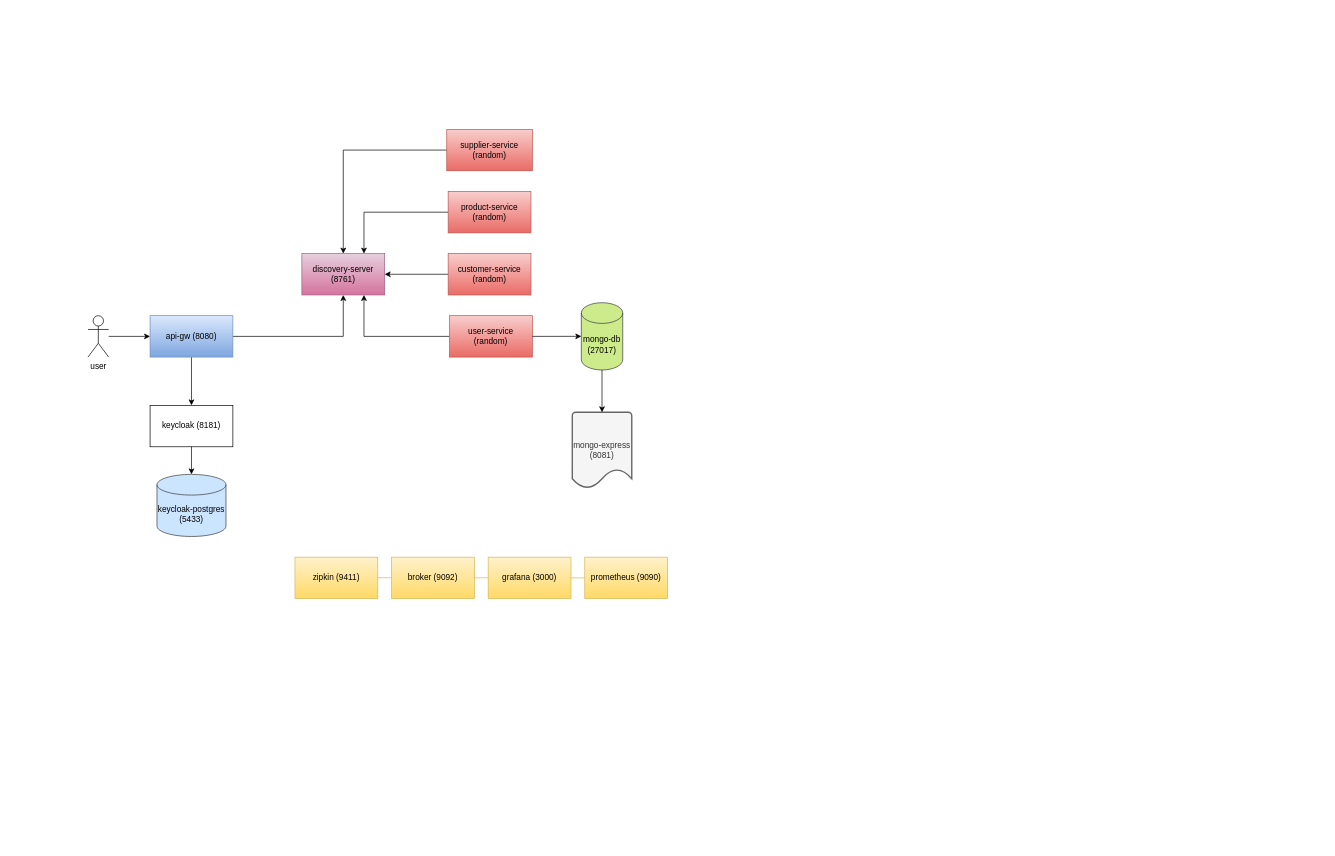
Above: 20m2.drawio in amatiangelo20m2/venti (draw.io), before the change. Source tidied: cells renumbered, new cells numbered last; positions are measured from the earlier drawing's top-left corner, leaving out a move shared by most shapes. Both pictures are drawn from the tidied source at 69%, with x=0, y=0 at pixel (88, 129).
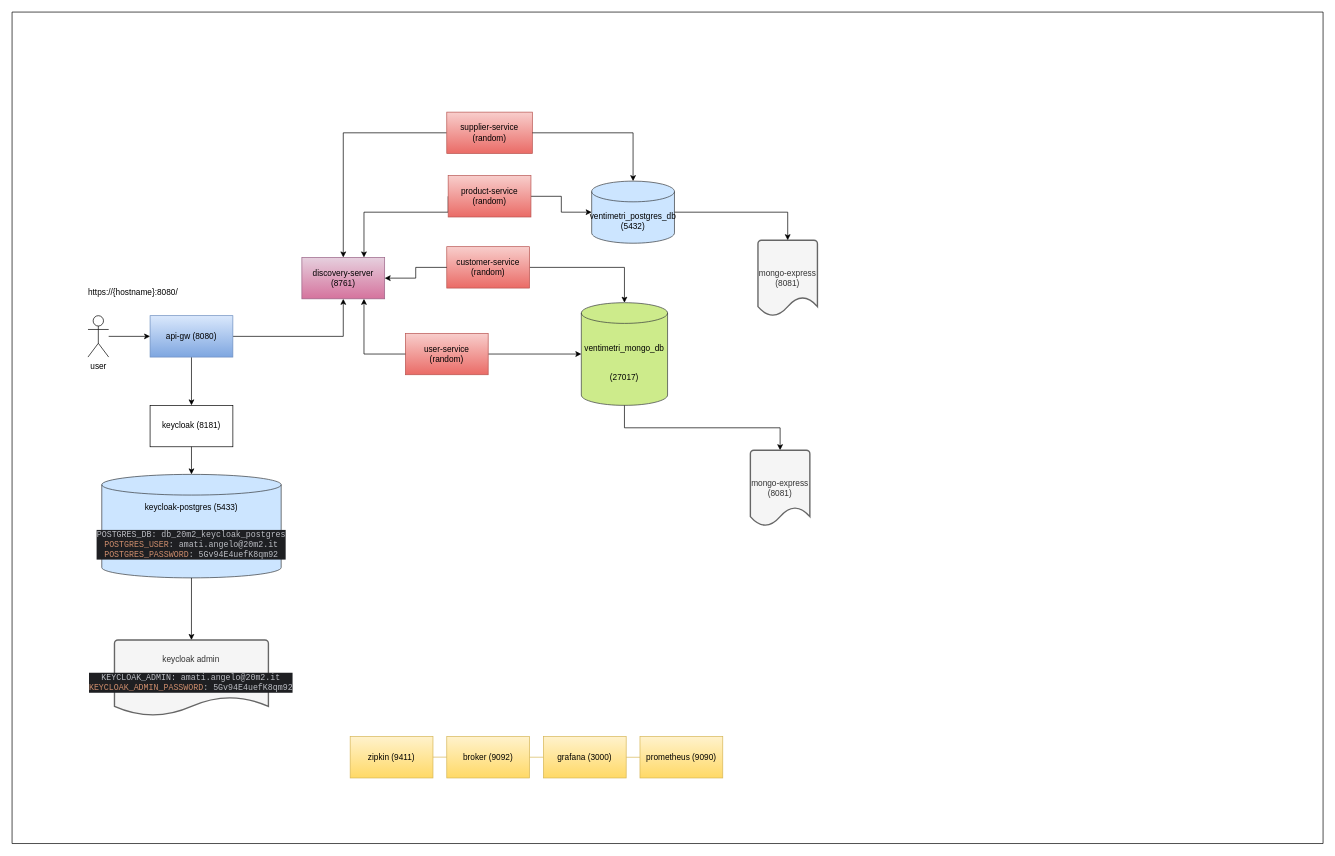
The same page after the edit.

The edit, as a diff of the source:
```diff
@@
-    <mxCell id="7" value="discovery-server (8761)" style="rounded=0;whiteSpace=wrap;html=1;fillColor=#e6d0de;strokeColor=#996185;gradientColor=#d5739d;" parent="1" vertex="1">
-      <mxGeometry x="310" y="180" width="120" height="60" as="geometry" />
-    </mxCell>
-    <mxCell id="8" value="keycloak-postgres (5433)" style="shape=cylinder3;whiteSpace=wrap;html=1;boundedLbl=1;backgroundOutline=1;size=15;fillColor=#cce5ff;strokeColor=#36393d;" parent="1" vertex="1">
-      <mxGeometry x="100" y="500" width="100" height="90" as="geometry" />
+    <mxCell id="8" value="keycloak-postgres (5433)&lt;br&gt;&lt;br&gt;&lt;div style=&quot;background-color:#1e1f22;color:#bcbec4&quot;&gt;&lt;pre style=&quot;font-family:'JetBrains Mono',monospace;font-size:9,8pt;&quot;&gt;POSTGRES_DB: db_20m2_keycloak_postgres&lt;br&gt;&lt;span style=&quot;color:#cf8e6d;&quot;&gt;POSTGRES_USER&lt;/span&gt;: amati.angelo@20m2.it&lt;br&gt;&lt;span style=&quot;color:#cf8e6d;&quot;&gt;POSTGRES_PASSWORD&lt;/span&gt;: 5Gv94E4uefK8qm92&lt;/pre&gt;&lt;/div&gt;" style="shape=cylinder3;whiteSpace=wrap;html=1;boundedLbl=1;backgroundOutline=1;size=15;fillColor=#cce5ff;strokeColor=#36393d;" parent="1" vertex="1">
+      <mxGeometry x="20" y="500" width="260" height="150" as="geometry" />
     </mxCell>
@@
-    <mxCell id="10" style="edgeStyle=orthogonalEdgeStyle;rounded=0;orthogonalLoop=1;jettySize=auto;html=1;exitX=0;exitY=0.5;exitDx=0;exitDy=0;entryX=0;entryY=0.5;entryDx=0;entryDy=0;entryPerimeter=0;fillColor=#f8cecc;strokeColor=#b85450;gradientColor=#ea6b66;" parent="1" edge="1" source="12" target="12">
-      <mxGeometry relative="1" as="geometry" />
-    </mxCell>
-    <mxCell id="11" style="edgeStyle=orthogonalEdgeStyle;rounded=0;jettySize=auto;html=1;exitX=0;exitY=0.5;exitDx=0;exitDy=0;entryX=1;entryY=0.5;entryDx=0;entryDy=0;" parent="1" edge="1" source="12" target="7">
-      <mxGeometry relative="1" as="geometry" />
-    </mxCell>
-    <mxCell id="12" value="customer-service (random)" style="rounded=0;whiteSpace=wrap;html=1;fillColor=#f8cecc;strokeColor=#b85450;gradientColor=#ea6b66;" parent="1" vertex="1">
-      <mxGeometry x="522" y="180" width="120" height="60" as="geometry" />
-    </mxCell>
-    <mxCell id="13" style="edgeStyle=orthogonalEdgeStyle;rounded=0;orthogonalLoop=1;jettySize=auto;html=1;exitX=0;exitY=0.5;exitDx=0;exitDy=0;entryX=0;entryY=0.5;entryDx=0;entryDy=0;entryPerimeter=0;fillColor=#f8cecc;strokeColor=#b85450;gradientColor=#ea6b66;" parent="1" edge="1" source="15" target="15">
-      <mxGeometry relative="1" as="geometry" />
-    </mxCell>
-    <mxCell id="14" style="edgeStyle=orthogonalEdgeStyle;rounded=0;jettySize=auto;html=1;exitX=0;exitY=0.5;exitDx=0;exitDy=0;entryX=0.75;entryY=1;entryDx=0;entryDy=0;" parent="1" edge="1" source="15" target="7">
-      <mxGeometry relative="1" as="geometry" />
-    </mxCell>
-    <mxCell id="15" value="user-service &lt;br&gt;(random)" style="rounded=0;whiteSpace=wrap;html=1;fillColor=#f8cecc;strokeColor=#b85450;gradientColor=#ea6b66;" parent="1" vertex="1">
-      <mxGeometry x="524" y="270" width="120" height="60" as="geometry" />
-    </mxCell>
@@
     <mxCell id="17" style="edgeStyle=orthogonalEdgeStyle;rounded=0;jettySize=auto;html=1;exitX=0;exitY=0.5;exitDx=0;exitDy=0;entryX=0.75;entryY=0;entryDx=0;entryDy=0;" parent="1" edge="1" source="18" target="7">
-      <mxGeometry relative="1" as="geometry" />
+      <mxGeometry relative="1" as="geometry">
+        <Array as="points">
+          <mxPoint x="400" y="120" />
+        </Array>
+      </mxGeometry>
     </mxCell>
+    <mxCell id="38" style="edgeStyle=orthogonalEdgeStyle;rounded=0;jettySize=auto;html=1;exitX=1;exitY=0.5;exitDx=0;exitDy=0;entryX=0;entryY=0.5;entryDx=0;entryDy=0;entryPerimeter=0;" parent="1" edge="1" source="18" target="40">
+      <mxGeometry relative="1" as="geometry" />
+    </mxCell>
     <mxCell id="18" value="product-service (random)" style="rounded=0;whiteSpace=wrap;html=1;fillColor=#f8cecc;strokeColor=#b85450;gradientColor=#ea6b66;" parent="1" vertex="1">
-      <mxGeometry x="522" y="90" width="120" height="60" as="geometry" />
+      <mxGeometry x="522" y="67" width="120" height="60" as="geometry" />
     </mxCell>
@@
     <mxCell id="21" value="supplier-service (random)" style="rounded=0;whiteSpace=wrap;html=1;fillColor=#f8cecc;strokeColor=#b85450;gradientColor=#ea6b66;" parent="1" vertex="1">
-      <mxGeometry x="520" width="124" height="60" as="geometry" />
+      <mxGeometry x="520" y="-25" width="124" height="60" as="geometry" />
     </mxCell>
-    <mxCell id="22" value="mongo-db (27017)" style="shape=cylinder3;whiteSpace=wrap;html=1;boundedLbl=1;backgroundOutline=1;size=15;fillColor=#cdeb8b;strokeColor=#36393d;" parent="1" vertex="1">
-      <mxGeometry x="715" y="251.2" width="60" height="97.5" as="geometry" />
+    <mxCell id="22" value="&lt;div&gt;ventimetri_mongo_db&lt;/div&gt;&lt;br&gt;&lt;br&gt;(27017)" style="shape=cylinder3;whiteSpace=wrap;html=1;boundedLbl=1;backgroundOutline=1;size=15;fillColor=#cdeb8b;strokeColor=#36393d;" parent="1" vertex="1">
+      <mxGeometry x="715" y="251.2" width="125" height="148.8" as="geometry" />
     </mxCell>
@@
+    <mxCell id="25" style="edgeStyle=orthogonalEdgeStyle;rounded=0;jettySize=auto;html=1;exitX=0.5;exitY=1;exitDx=0;exitDy=0;exitPerimeter=0;entryX=0.5;entryY=0;entryDx=0;entryDy=0;entryPerimeter=0;" parent="1" edge="1" source="22" target="24">
+      <mxGeometry relative="1" as="geometry" />
+    </mxCell>
+    <mxCell id="37" value="user" style="shape=umlActor;verticalLabelPosition=bottom;verticalAlign=top;html=1;" parent="1" vertex="1">
+      <mxGeometry y="270" width="30" height="60" as="geometry" />
+    </mxCell>
+    <mxCell id="39" style="edgeStyle=orthogonalEdgeStyle;rounded=0;jettySize=auto;html=1;exitX=1;exitY=0.5;exitDx=0;exitDy=0;entryX=0.5;entryY=0;entryDx=0;entryDy=0;entryPerimeter=0;" parent="1" edge="1" source="12" target="22">
+      <mxGeometry relative="1" as="geometry" />
+    </mxCell>
+    <mxCell id="40" value="ventimetri_postgres_db&lt;br&gt;(5432&lt;span style=&quot;background-color: initial;&quot;&gt;)&lt;/span&gt;" style="shape=cylinder3;whiteSpace=wrap;html=1;boundedLbl=1;backgroundOutline=1;size=15;fillColor=#cce5ff;strokeColor=#36393d;" parent="1" vertex="1">
+      <mxGeometry x="730" y="75" width="120" height="90" as="geometry" />
+    </mxCell>
+    <mxCell id="41" style="swimlane;startSize=0;" parent="1" vertex="1">
+      <mxGeometry x="-110" y="-170" width="1900" height="1205" as="geometry" />
+    </mxCell>
+    <mxCell id="15" value="user-service &lt;br&gt;(random)" style="rounded=0;whiteSpace=wrap;html=1;fillColor=#f8cecc;strokeColor=#b85450;gradientColor=#ea6b66;" parent="41" vertex="1">
+      <mxGeometry x="570" y="465.6" width="120" height="60" as="geometry" />
+    </mxCell>
+    <mxCell id="13" style="edgeStyle=orthogonalEdgeStyle;rounded=0;orthogonalLoop=1;jettySize=auto;html=1;exitX=0;exitY=0.5;exitDx=0;exitDy=0;entryX=0;entryY=0.5;entryDx=0;entryDy=0;entryPerimeter=0;fillColor=#f8cecc;strokeColor=#b85450;gradientColor=#ea6b66;" parent="41" edge="1" source="15" target="15">
+      <mxGeometry relative="1" as="geometry" />
+    </mxCell>
-    <mxCell id="24" value="mongo-express (8081)" style="strokeWidth=2;html=1;shape=mxgraph.flowchart.document2;whiteSpace=wrap;size=0.25;fillColor=#f5f5f5;fontColor=#333333;strokeColor=#666666;" parent="1" vertex="1">
-      <mxGeometry x="701.9" y="410" width="86.2" height="110" as="geometry" />
+    <mxCell id="24" value="mongo-express (8081)" style="strokeWidth=2;html=1;shape=mxgraph.flowchart.document2;whiteSpace=wrap;size=0.25;fillColor=#f5f5f5;fontColor=#333333;strokeColor=#666666;" parent="41" vertex="1">
+      <mxGeometry x="1070" y="635" width="86.2" height="110" as="geometry" />
     </mxCell>
-    <mxCell id="25" style="edgeStyle=orthogonalEdgeStyle;rounded=0;jettySize=auto;html=1;exitX=0.5;exitY=1;exitDx=0;exitDy=0;exitPerimeter=0;entryX=0.5;entryY=0;entryDx=0;entryDy=0;entryPerimeter=0;" parent="1" edge="1" source="22" target="24">
-      <mxGeometry relative="1" as="geometry" />
-    </mxCell>
+    <mxCell id="42" value="mongo-express (8081)" style="strokeWidth=2;html=1;shape=mxgraph.flowchart.document2;whiteSpace=wrap;size=0.25;fillColor=#f5f5f5;fontColor=#333333;strokeColor=#666666;" parent="41" vertex="1">
+      <mxGeometry x="1081" y="330.6" width="86.2" height="110" as="geometry" />
+    </mxCell>
+    <mxCell id="43" value="keycloak admin&lt;br&gt;&lt;div style=&quot;background-color:#1e1f22;color:#bcbec4&quot;&gt;&lt;pre style=&quot;font-family:'JetBrains Mono',monospace;font-size:9,8pt;&quot;&gt;KEYCLOAK_ADMIN: amati.angelo@20m2.it&lt;br&gt;&lt;span style=&quot;color:#cf8e6d;&quot;&gt;KEYCLOAK_ADMIN_PASSWORD&lt;/span&gt;: 5Gv94E4uefK8qm92&lt;/pre&gt;&lt;/div&gt;" style="strokeWidth=2;html=1;shape=mxgraph.flowchart.document2;whiteSpace=wrap;size=0.25;fillColor=#f5f5f5;fontColor=#333333;strokeColor=#666666;" parent="41" vertex="1">
+      <mxGeometry x="148.4" y="910" width="223.1" height="110" as="geometry" />
+    </mxCell>
-    <mxCell id="26" style="edgeStyle=orthogonalEdgeStyle;rounded=0;orthogonalLoop=1;jettySize=auto;html=1;exitX=0;exitY=0.5;exitDx=0;exitDy=0;entryX=0;entryY=0.5;entryDx=0;entryDy=0;entryPerimeter=0;fillColor=#fff2cc;strokeColor=#d6b656;gradientColor=#ffd966;" parent="1" edge="1" source="27" target="27">
+    <mxCell id="26" style="edgeStyle=orthogonalEdgeStyle;rounded=0;orthogonalLoop=1;jettySize=auto;html=1;exitX=0;exitY=0.5;exitDx=0;exitDy=0;entryX=0;entryY=0.5;entryDx=0;entryDy=0;entryPerimeter=0;fillColor=#fff2cc;strokeColor=#d6b656;gradientColor=#ffd966;" parent="41" edge="1" source="27" target="27">
       <mxGeometry relative="1" as="geometry" />
     </mxCell>
-    <mxCell id="27" value="zipkin (9411)" style="rounded=0;whiteSpace=wrap;html=1;fillColor=#fff2cc;strokeColor=#d6b656;gradientColor=#ffd966;" parent="1" vertex="1">
-      <mxGeometry x="300" y="620" width="120" height="60" as="geometry" />
+    <mxCell id="27" value="zipkin (9411)" style="rounded=0;whiteSpace=wrap;html=1;fillColor=#fff2cc;strokeColor=#d6b656;gradientColor=#ffd966;" parent="41" vertex="1">
+      <mxGeometry x="490" y="1050" width="120" height="60" as="geometry" />
     </mxCell>
-    <mxCell id="28" style="edgeStyle=orthogonalEdgeStyle;rounded=0;orthogonalLoop=1;jettySize=auto;html=1;exitX=0;exitY=0.5;exitDx=0;exitDy=0;entryX=0;entryY=0.5;entryDx=0;entryDy=0;entryPerimeter=0;fillColor=#fff2cc;strokeColor=#d6b656;gradientColor=#ffd966;" parent="1" edge="1">
+    <mxCell id="28" style="edgeStyle=orthogonalEdgeStyle;rounded=0;orthogonalLoop=1;jettySize=auto;html=1;exitX=0;exitY=0.5;exitDx=0;exitDy=0;entryX=0;entryY=0.5;entryDx=0;entryDy=0;entryPerimeter=0;fillColor=#fff2cc;strokeColor=#d6b656;gradientColor=#ffd966;" parent="41" edge="1">
       <mxGeometry relative="1" as="geometry">
-        <mxPoint x="710" y="640" as="sourcePoint" />
-        <mxPoint x="710" y="640" as="targetPoint" />
+        <mxPoint x="900" y="1070" as="sourcePoint" />
+        <mxPoint x="900" y="1070" as="targetPoint" />
       </mxGeometry>
     </mxCell>
-    <mxCell id="29" value="broker (9092)" style="rounded=0;whiteSpace=wrap;html=1;fillColor=#fff2cc;strokeColor=#d6b656;gradientColor=#ffd966;" parent="1" vertex="1">
-      <mxGeometry x="440" y="620" width="120" height="60" as="geometry" />
+    <mxCell id="29" value="broker (9092)" style="rounded=0;whiteSpace=wrap;html=1;fillColor=#fff2cc;strokeColor=#d6b656;gradientColor=#ffd966;" parent="41" vertex="1">
+      <mxGeometry x="630" y="1050" width="120" height="60" as="geometry" />
     </mxCell>
-    <mxCell id="30" style="edgeStyle=orthogonalEdgeStyle;rounded=0;orthogonalLoop=1;jettySize=auto;html=1;exitX=0;exitY=0.5;exitDx=0;exitDy=0;entryX=0;entryY=0.5;entryDx=0;entryDy=0;entryPerimeter=0;fillColor=#fff2cc;strokeColor=#d6b656;gradientColor=#ffd966;" parent="1" edge="1" source="31" target="31">
+    <mxCell id="30" style="edgeStyle=orthogonalEdgeStyle;rounded=0;orthogonalLoop=1;jettySize=auto;html=1;exitX=0;exitY=0.5;exitDx=0;exitDy=0;entryX=0;entryY=0.5;entryDx=0;entryDy=0;entryPerimeter=0;fillColor=#fff2cc;strokeColor=#d6b656;gradientColor=#ffd966;" parent="41" edge="1" source="31" target="31">
       <mxGeometry relative="1" as="geometry" />
     </mxCell>
-    <mxCell id="31" value="grafana (3000)" style="rounded=0;whiteSpace=wrap;html=1;fillColor=#fff2cc;strokeColor=#d6b656;gradientColor=#ffd966;" parent="1" vertex="1">
-      <mxGeometry x="580" y="620" width="120" height="60" as="geometry" />
+    <mxCell id="31" value="grafana (3000)" style="rounded=0;whiteSpace=wrap;html=1;fillColor=#fff2cc;strokeColor=#d6b656;gradientColor=#ffd966;" parent="41" vertex="1">
+      <mxGeometry x="770" y="1050" width="120" height="60" as="geometry" />
     </mxCell>
-    <mxCell id="32" style="edgeStyle=orthogonalEdgeStyle;rounded=0;orthogonalLoop=1;jettySize=auto;html=1;exitX=0;exitY=0.5;exitDx=0;exitDy=0;entryX=0;entryY=0.5;entryDx=0;entryDy=0;entryPerimeter=0;fillColor=#fff2cc;strokeColor=#d6b656;gradientColor=#ffd966;" parent="1" edge="1" source="33" target="33">
+    <mxCell id="32" style="edgeStyle=orthogonalEdgeStyle;rounded=0;orthogonalLoop=1;jettySize=auto;html=1;exitX=0;exitY=0.5;exitDx=0;exitDy=0;entryX=0;entryY=0.5;entryDx=0;entryDy=0;entryPerimeter=0;fillColor=#fff2cc;strokeColor=#d6b656;gradientColor=#ffd966;" parent="41" edge="1" source="33" target="33">
       <mxGeometry relative="1" as="geometry" />
     </mxCell>
-    <mxCell id="33" value="prometheus (9090)" style="rounded=0;whiteSpace=wrap;html=1;fillColor=#fff2cc;strokeColor=#d6b656;gradientColor=#ffd966;" parent="1" vertex="1">
-      <mxGeometry x="720" y="620" width="120" height="60" as="geometry" />
+    <mxCell id="33" value="prometheus (9090)" style="rounded=0;whiteSpace=wrap;html=1;fillColor=#fff2cc;strokeColor=#d6b656;gradientColor=#ffd966;" parent="41" vertex="1">
+      <mxGeometry x="910" y="1050" width="120" height="60" as="geometry" />
     </mxCell>
-    <mxCell id="34" style="endArrow=none;html=1;rounded=0;exitX=1;exitY=0.5;exitDx=0;exitDy=0;entryX=0;entryY=0.5;entryDx=0;entryDy=0;fillColor=#fff2cc;gradientColor=#ffd966;strokeColor=#d6b656;" parent="1" edge="1" source="31" target="33">
+    <mxCell id="34" style="endArrow=none;html=1;rounded=0;exitX=1;exitY=0.5;exitDx=0;exitDy=0;entryX=0;entryY=0.5;entryDx=0;entryDy=0;fillColor=#fff2cc;gradientColor=#ffd966;strokeColor=#d6b656;" parent="41" edge="1" source="31" target="33">
       <mxGeometry relative="1" as="geometry" />
     </mxCell>
-    <mxCell id="35" style="endArrow=none;html=1;rounded=0;exitX=1;exitY=0.5;exitDx=0;exitDy=0;entryX=0;entryY=0.5;entryDx=0;entryDy=0;fillColor=#fff2cc;gradientColor=#ffd966;strokeColor=#d6b656;" parent="1" edge="1">
+    <mxCell id="35" style="endArrow=none;html=1;rounded=0;exitX=1;exitY=0.5;exitDx=0;exitDy=0;entryX=0;entryY=0.5;entryDx=0;entryDy=0;fillColor=#fff2cc;gradientColor=#ffd966;strokeColor=#d6b656;" parent="41" edge="1">
       <mxGeometry relative="1" as="geometry">
-        <mxPoint x="560" y="649.9" as="sourcePoint" />
-        <mxPoint x="580" y="649.9" as="targetPoint" />
+        <mxPoint x="750" y="1079.9" as="sourcePoint" />
+        <mxPoint x="770" y="1079.9" as="targetPoint" />
       </mxGeometry>
     </mxCell>
-    <mxCell id="36" style="endArrow=none;html=1;rounded=0;exitX=1;exitY=0.5;exitDx=0;exitDy=0;entryX=0;entryY=0.5;entryDx=0;entryDy=0;fillColor=#fff2cc;gradientColor=#ffd966;strokeColor=#d6b656;" parent="1" edge="1">
+    <mxCell id="36" style="endArrow=none;html=1;rounded=0;exitX=1;exitY=0.5;exitDx=0;exitDy=0;entryX=0;entryY=0.5;entryDx=0;entryDy=0;fillColor=#fff2cc;gradientColor=#ffd966;strokeColor=#d6b656;" parent="41" edge="1">
       <mxGeometry relative="1" as="geometry">
-        <mxPoint x="420" y="649.8" as="sourcePoint" />
-        <mxPoint x="440" y="649.8" as="targetPoint" />
+        <mxPoint x="610" y="1079.8" as="sourcePoint" />
+        <mxPoint x="630" y="1079.8" as="targetPoint" />
         <Array as="points">
-          <mxPoint x="420" y="649.8" />
+          <mxPoint x="610" y="1079.8" />
         </Array>
       </mxGeometry>
     </mxCell>
-    <mxCell id="37" value="user" style="shape=umlActor;verticalLabelPosition=bottom;verticalAlign=top;html=1;" parent="1" vertex="1">
-      <mxGeometry y="270" width="30" height="60" as="geometry" />
-    </mxCell>
+    <mxCell id="7" value="discovery-server (8761)" style="rounded=0;whiteSpace=wrap;html=1;fillColor=#e6d0de;strokeColor=#996185;gradientColor=#d5739d;" parent="41" vertex="1">
+      <mxGeometry x="420" y="355.6" width="120" height="60" as="geometry" />
+    </mxCell>
+    <mxCell id="14" style="edgeStyle=orthogonalEdgeStyle;rounded=0;jettySize=auto;html=1;exitX=0;exitY=0.5;exitDx=0;exitDy=0;entryX=0.75;entryY=1;entryDx=0;entryDy=0;" parent="41" edge="1" source="15" target="7">
+      <mxGeometry relative="1" as="geometry" />
+    </mxCell>
+    <mxCell id="12" value="customer-service (random)" style="rounded=0;whiteSpace=wrap;html=1;fillColor=#f8cecc;strokeColor=#b85450;gradientColor=#ea6b66;" parent="41" vertex="1">
+      <mxGeometry x="630" y="340" width="120" height="60" as="geometry" />
+    </mxCell>
+    <mxCell id="10" style="edgeStyle=orthogonalEdgeStyle;rounded=0;orthogonalLoop=1;jettySize=auto;html=1;exitX=0;exitY=0.5;exitDx=0;exitDy=0;entryX=0;entryY=0.5;entryDx=0;entryDy=0;entryPerimeter=0;fillColor=#f8cecc;strokeColor=#b85450;gradientColor=#ea6b66;" parent="41" edge="1" source="12" target="12">
+      <mxGeometry relative="1" as="geometry" />
+    </mxCell>
+    <mxCell id="11" style="edgeStyle=orthogonalEdgeStyle;rounded=0;jettySize=auto;html=1;exitX=0;exitY=0.5;exitDx=0;exitDy=0;entryX=1;entryY=0.5;entryDx=0;entryDy=0;" parent="41" edge="1" source="12" target="7">
+      <mxGeometry relative="1" as="geometry" />
+    </mxCell>
+    <mxCell id="44" value="https://{hostname}:8080/" style="text;html=1;align=center;verticalAlign=middle;strokeColor=none;fillColor=none;" parent="1" vertex="1">
+      <mxGeometry x="-10" y="221.2" width="150" height="30" as="geometry" />
+    </mxCell>
+    <mxCell id="45" style="edgeStyle=orthogonalEdgeStyle;rounded=0;jettySize=auto;html=1;exitX=1;exitY=0.5;exitDx=0;exitDy=0;entryX=0.5;entryY=0;entryDx=0;entryDy=0;entryPerimeter=0;" parent="1" edge="1" source="21" target="40">
+      <mxGeometry relative="1" as="geometry" />
+    </mxCell>
+    <mxCell id="46" style="edgeStyle=orthogonalEdgeStyle;rounded=0;jettySize=auto;html=1;exitX=1;exitY=0.5;exitDx=0;exitDy=0;exitPerimeter=0;entryX=0.5;entryY=0;entryDx=0;entryDy=0;entryPerimeter=0;" parent="1" edge="1" source="40" target="42">
+      <mxGeometry relative="1" as="geometry" />
+    </mxCell>
+    <mxCell id="47" style="edgeStyle=orthogonalEdgeStyle;rounded=0;jettySize=auto;html=1;exitX=0.5;exitY=1;exitDx=0;exitDy=0;exitPerimeter=0;entryX=0.5;entryY=0;entryDx=0;entryDy=0;entryPerimeter=0;" parent="1" edge="1" source="8" target="43">
+      <mxGeometry relative="1" as="geometry" />
+    </mxCell>
```
